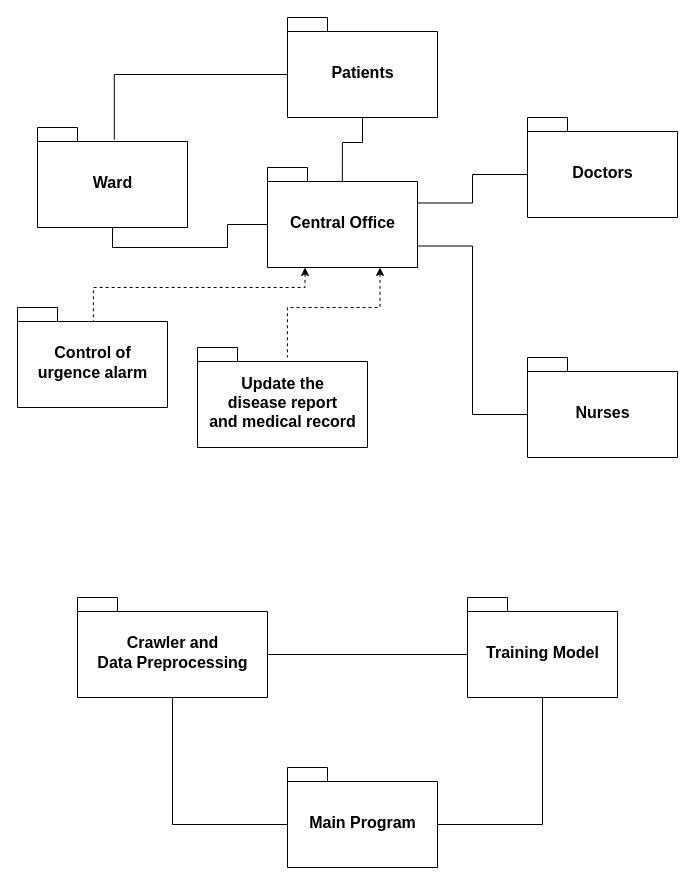
This is Package Diagram.drawio from MinkunZhao/SE_lab1, a draw.io file, before an edit. Source tidied: cells renumbered, new cells numbered last; positions are measured from the earlier drawing's top-left corner, leaving out a move shared by most shapes. Both pictures are drawn from the tidied source at 100%, with x=0, y=0 at pixel (17, 17).
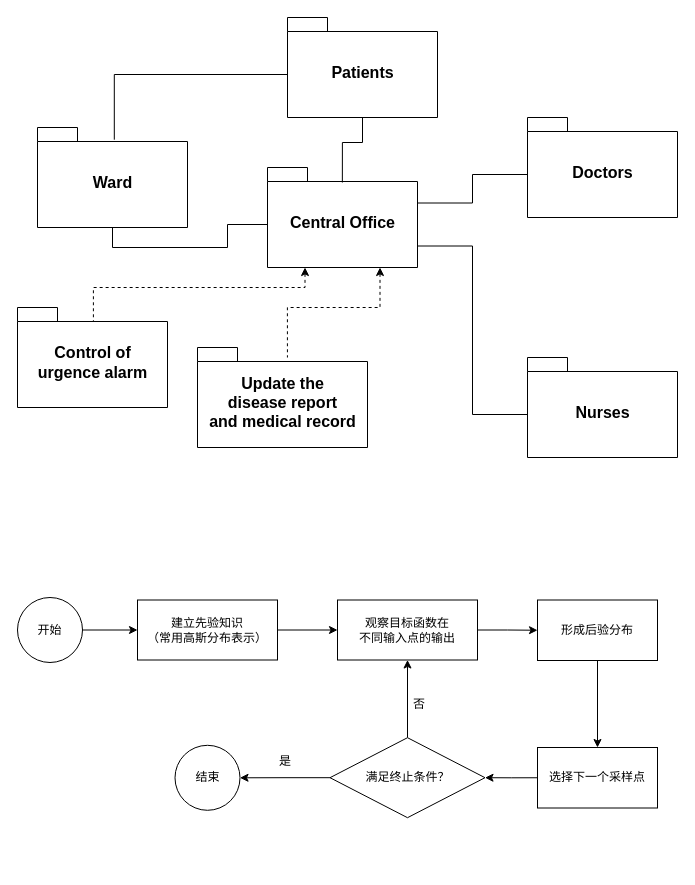
The same page after the edit.

Change to the diagram source:
```diff
@@
-    <mxCell id="16" value="&lt;font style=&quot;font-size: 16px;&quot;&gt;Crawler and &lt;br&gt;Data Preprocessing&lt;br&gt;&lt;/font&gt;" style="shape=folder;fontStyle=1;spacingTop=10;tabWidth=40;tabHeight=14;tabPosition=left;html=1;" parent="1" vertex="1">
-      <mxGeometry x="60" y="580" width="190" height="100" as="geometry" />
-    </mxCell>
-    <mxCell id="17" value="&lt;font style=&quot;font-size: 16px;&quot;&gt;Main Program&lt;/font&gt;" style="shape=folder;fontStyle=1;spacingTop=10;tabWidth=40;tabHeight=14;tabPosition=left;html=1;" parent="1" vertex="1">
-      <mxGeometry x="270" y="750" width="150" height="100" as="geometry" />
-    </mxCell>
-    <mxCell id="18" value="&lt;span style=&quot;font-size: 16px;&quot;&gt;Training Model&lt;/span&gt;" style="shape=folder;fontStyle=1;spacingTop=10;tabWidth=40;tabHeight=14;tabPosition=left;html=1;" parent="1" vertex="1">
-      <mxGeometry x="450" y="580" width="150" height="100" as="geometry" />
-    </mxCell>
-    <mxCell id="19" style="edgeStyle=orthogonalEdgeStyle;rounded=0;jettySize=auto;html=1;entryX=0;entryY=0;entryDx=0;entryDy=57;entryPerimeter=0;fontSize=16;endArrow=none;endFill=0;exitX=0;exitY=0;exitDx=190;exitDy=57;exitPerimeter=0;" parent="1" edge="1" source="16" target="18">
-      <mxGeometry relative="1" as="geometry" />
-    </mxCell>
-    <mxCell id="20" style="edgeStyle=orthogonalEdgeStyle;rounded=0;jettySize=auto;html=1;entryX=0.5;entryY=1;entryDx=0;entryDy=0;entryPerimeter=0;fontSize=16;endArrow=none;endFill=0;exitX=0;exitY=0;exitDx=0;exitDy=57;exitPerimeter=0;" parent="1" edge="1" source="17" target="16">
-      <mxGeometry relative="1" as="geometry">
-        <Array as="points">
-          <mxPoint x="155" y="807" />
-        </Array>
-      </mxGeometry>
-    </mxCell>
-    <mxCell id="21" style="edgeStyle=orthogonalEdgeStyle;rounded=0;jettySize=auto;html=1;entryX=0.5;entryY=1;entryDx=0;entryDy=0;entryPerimeter=0;fontSize=16;endArrow=none;endFill=0;exitX=0;exitY=0;exitDx=150;exitDy=57;exitPerimeter=0;" parent="1" edge="1" source="17" target="18">
-      <mxGeometry relative="1" as="geometry">
-        <Array as="points">
-          <mxPoint x="525" y="807" />
-        </Array>
-      </mxGeometry>
-    </mxCell>
+    <mxCell id="22" style="edgeStyle=orthogonalEdgeStyle;rounded=0;jettySize=auto;html=1;exitX=1;exitY=0.5;exitDx=0;exitDy=0;entryX=0;entryY=0.5;entryDx=0;entryDy=0;" parent="1" edge="1" source="23" target="27">
+      <mxGeometry relative="1" as="geometry" />
+    </mxCell>
+    <mxCell id="23" value="建立先验知识&lt;br&gt;（常用高斯分布表示）" style="rounded=0;whiteSpace=wrap;html=1;" parent="1" vertex="1">
+      <mxGeometry x="120" y="582.5" width="140" height="60" as="geometry" />
+    </mxCell>
+    <mxCell id="24" style="edgeStyle=orthogonalEdgeStyle;rounded=0;jettySize=auto;html=1;exitX=1;exitY=0.5;exitDx=0;exitDy=0;entryX=0;entryY=0.5;entryDx=0;entryDy=0;" parent="1" edge="1" source="25" target="23">
+      <mxGeometry relative="1" as="geometry" />
+    </mxCell>
+    <mxCell id="25" value="开始" style="ellipse;whiteSpace=wrap;html=1;" parent="1" vertex="1">
+      <mxGeometry y="580" width="65" height="65" as="geometry" />
+    </mxCell>
+    <mxCell id="26" style="edgeStyle=orthogonalEdgeStyle;rounded=0;jettySize=auto;html=1;exitX=1;exitY=0.5;exitDx=0;exitDy=0;entryX=0;entryY=0.5;entryDx=0;entryDy=0;" parent="1" edge="1" source="27" target="29">
+      <mxGeometry relative="1" as="geometry" />
+    </mxCell>
+    <mxCell id="27" value="观察目标函数在&lt;br&gt;不同输入点的输出" style="rounded=0;whiteSpace=wrap;html=1;" parent="1" vertex="1">
+      <mxGeometry x="320" y="582.5" width="140" height="60" as="geometry" />
+    </mxCell>
+    <mxCell id="28" style="edgeStyle=orthogonalEdgeStyle;rounded=0;jettySize=auto;html=1;exitX=0.5;exitY=1;exitDx=0;exitDy=0;entryX=0.5;entryY=0;entryDx=0;entryDy=0;" parent="1" edge="1" source="29" target="31">
+      <mxGeometry relative="1" as="geometry" />
+    </mxCell>
+    <mxCell id="29" value="形成后验分布" style="rounded=0;whiteSpace=wrap;html=1;" parent="1" vertex="1">
+      <mxGeometry x="520" y="582.5" width="120" height="60.5" as="geometry" />
+    </mxCell>
+    <mxCell id="30" style="edgeStyle=orthogonalEdgeStyle;rounded=0;jettySize=auto;html=1;exitX=0;exitY=0.5;exitDx=0;exitDy=0;entryX=1;entryY=0.5;entryDx=0;entryDy=0;" parent="1" edge="1" source="31" target="34">
+      <mxGeometry relative="1" as="geometry" />
+    </mxCell>
+    <mxCell id="31" value="选择下一个采样点" style="rounded=0;whiteSpace=wrap;html=1;" parent="1" vertex="1">
+      <mxGeometry x="520" y="730" width="120" height="60.5" as="geometry" />
+    </mxCell>
+    <mxCell id="32" style="edgeStyle=orthogonalEdgeStyle;rounded=0;jettySize=auto;html=1;exitX=0.5;exitY=0;exitDx=0;exitDy=0;entryX=0.5;entryY=1;entryDx=0;entryDy=0;" parent="1" edge="1" source="34" target="27">
+      <mxGeometry relative="1" as="geometry" />
+    </mxCell>
+    <mxCell id="33" style="edgeStyle=orthogonalEdgeStyle;rounded=0;jettySize=auto;html=1;exitX=0;exitY=0.5;exitDx=0;exitDy=0;entryX=1;entryY=0.5;entryDx=0;entryDy=0;" parent="1" edge="1" source="34" target="36">
+      <mxGeometry relative="1" as="geometry" />
+    </mxCell>
+    <mxCell id="34" value="满足终止条件？" style="rhombus;whiteSpace=wrap;html=1;" parent="1" vertex="1">
+      <mxGeometry x="312.5" y="720.2" width="155" height="80" as="geometry" />
+    </mxCell>
+    <mxCell id="35" value="&lt;div style=&quot;text-align: center;&quot;&gt;&lt;span style=&quot;background-color: initial;&quot;&gt;否&lt;/span&gt;&lt;/div&gt;" style="text;whiteSpace=wrap;html=1;" parent="1" vertex="1">
+      <mxGeometry x="394" y="673" width="18" height="25" as="geometry" />
+    </mxCell>
+    <mxCell id="36" value="结束" style="ellipse;whiteSpace=wrap;html=1;" parent="1" vertex="1">
+      <mxGeometry x="157.5" y="727.8" width="65" height="65" as="geometry" />
+    </mxCell>
+    <mxCell id="37" value="&lt;div style=&quot;text-align: center;&quot;&gt;是&lt;/div&gt;" style="text;whiteSpace=wrap;html=1;" parent="1" vertex="1">
+      <mxGeometry x="260" y="730" width="18" height="27" as="geometry" />
+    </mxCell>
```
